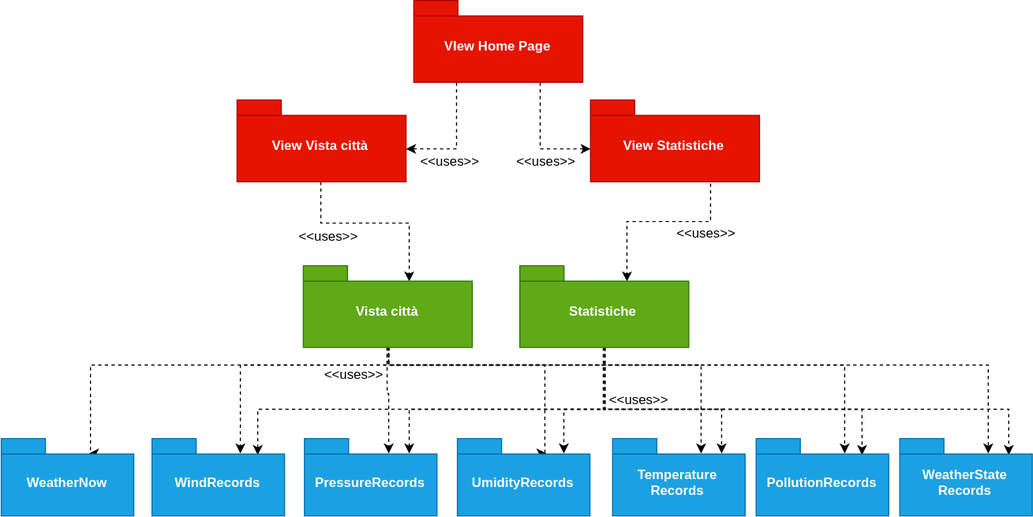
Before: resources/StrutturaPackage.svg, a diagram exported from draw.io (Leaaaf/weatherment.io). Source tidied: cells renumbered, new cells last; positions are measured from the earlier drawing's top-left corner, leaving out a move shared by most shapes.
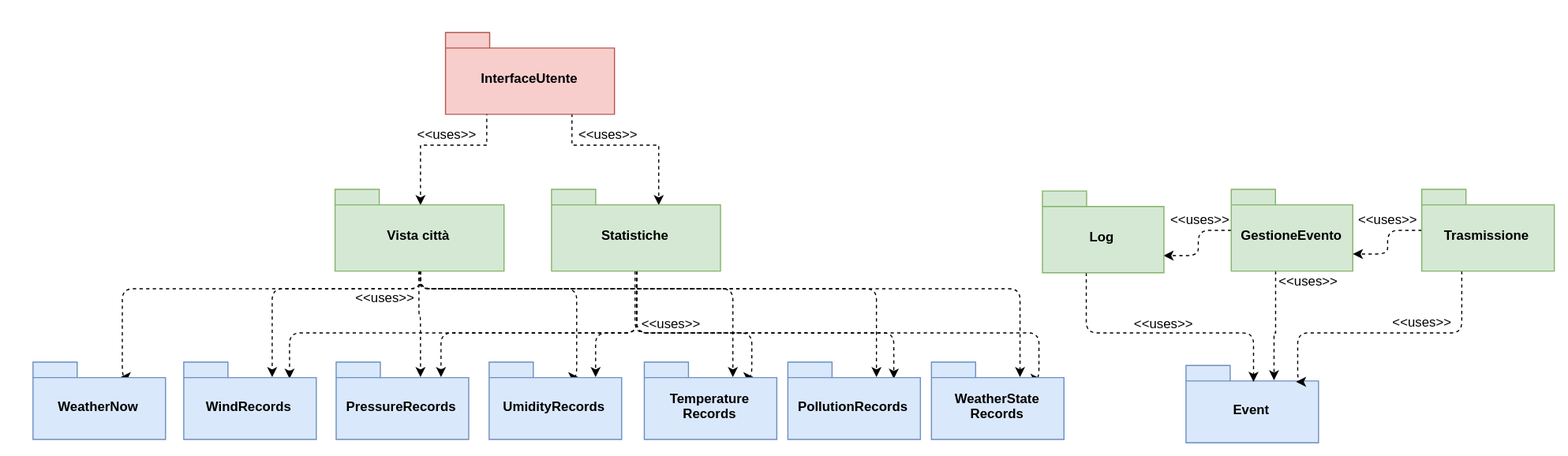
The same file after the commit.

Change to the diagram source:
```diff
@@ -2,33 +2,23 @@
   <root>
     <mxCell id="0" />
     <mxCell id="1" parent="0" />
-    <mxCell id="2" style="edgeStyle=orthogonalEdgeStyle;rounded=0;jettySize=auto;html=1;entryX=0;entryY=0;entryDx=153;entryDy=44;entryPerimeter=0;exitX=0.25;exitY=1;exitDx=0;exitDy=0;exitPerimeter=0;dashed=1;" parent="1" edge="1" source="4" target="6">
-      <mxGeometry relative="1" as="geometry" />
-    </mxCell>
-    <mxCell id="3" style="edgeStyle=orthogonalEdgeStyle;rounded=0;jettySize=auto;html=1;entryX=0;entryY=0;entryDx=0;entryDy=44;entryPerimeter=0;dashed=1;exitX=0.75;exitY=1;exitDx=0;exitDy=0;exitPerimeter=0;" parent="1" edge="1" source="4" target="8">
-      <mxGeometry relative="1" as="geometry" />
-    </mxCell>
-    <mxCell id="4" value="VIew Home Page&lt;br&gt;" style="shape=folder;fontStyle=1;spacingTop=10;tabWidth=40;tabHeight=14;tabPosition=left;html=1;strokeColor=#B20000;fillColor=#e51400;fontColor=#ffffff;" parent="1" vertex="1">
-      <mxGeometry x="374" width="153" height="74" as="geometry" />
-    </mxCell>
-    <mxCell id="5" style="edgeStyle=orthogonalEdgeStyle;rounded=0;jettySize=auto;html=1;entryX=0;entryY=0;entryDx=96.5;entryDy=14;entryPerimeter=0;dashed=1;" parent="1" edge="1" source="6" target="16">
-      <mxGeometry relative="1" as="geometry" />
+    <mxCell id="5" style="edgeStyle=orthogonalEdgeStyle;rounded=0;jettySize=auto;html=1;entryX=0.503;entryY=0.197;entryDx=0;entryDy=0;entryPerimeter=0;dashed=1;exitX=0.25;exitY=1;exitDx=0;exitDy=0;exitPerimeter=0;" parent="1" edge="1" source="42" target="16">
+      <mxGeometry relative="1" as="geometry">
+        <Array as="points">
+          <mxPoint x="412" y="200" />
+          <mxPoint x="351" y="200" />
+        </Array>
+      </mxGeometry>
     </mxCell>
-    <mxCell id="6" value="View Vista città&lt;br&gt;" style="shape=folder;fontStyle=1;spacingTop=10;tabWidth=40;tabHeight=14;tabPosition=left;html=1;strokeColor=#B20000;fillColor=#e51400;fontColor=#ffffff;" parent="1" vertex="1">
-      <mxGeometry x="214" y="90" width="153" height="74" as="geometry" />
-    </mxCell>
-    <mxCell id="7" style="edgeStyle=orthogonalEdgeStyle;rounded=0;jettySize=auto;html=1;entryX=0;entryY=0;entryDx=96.5;entryDy=14;entryPerimeter=0;dashed=1;exitX=0.715;exitY=1.03;exitDx=0;exitDy=0;exitPerimeter=0;" parent="1" edge="1" source="8" target="23">
+    <mxCell id="7" style="edgeStyle=orthogonalEdgeStyle;rounded=0;jettySize=auto;html=1;entryX=0;entryY=0;entryDx=96.5;entryDy=14;entryPerimeter=0;dashed=1;exitX=0.75;exitY=1;exitDx=0;exitDy=0;exitPerimeter=0;" parent="1" edge="1" source="42" target="23">
       <mxGeometry relative="1" as="geometry">
         <Array as="points">
-          <mxPoint x="643" y="200" />
+          <mxPoint x="489" y="200" />
           <mxPoint x="567" y="200" />
         </Array>
       </mxGeometry>
     </mxCell>
-    <mxCell id="8" value="View Statistiche&lt;br&gt;" style="shape=folder;fontStyle=1;spacingTop=10;tabWidth=40;tabHeight=14;tabPosition=left;html=1;strokeColor=#B20000;fillColor=#e51400;fontColor=#ffffff;" parent="1" vertex="1">
-      <mxGeometry x="534" y="90" width="153" height="74" as="geometry" />
-    </mxCell>
-    <mxCell id="9" style="edgeStyle=orthogonalEdgeStyle;rounded=0;jettySize=auto;html=1;entryX=0;entryY=0;entryDx=80;entryDy=14;entryPerimeter=0;dashed=1;" parent="1" edge="1" source="16" target="28">
+    <mxCell id="9" style="edgeStyle=orthogonalEdgeStyle;rounded=1;jettySize=auto;html=1;entryX=0;entryY=0;entryDx=80;entryDy=14;entryPerimeter=0;dashed=1;" parent="1" edge="1" source="16" target="28">
       <mxGeometry relative="1" as="geometry">
         <Array as="points">
           <mxPoint x="351" y="330" />
@@ -36,7 +26,7 @@
         </Array>
       </mxGeometry>
     </mxCell>
-    <mxCell id="10" style="edgeStyle=orthogonalEdgeStyle;rounded=0;jettySize=auto;html=1;entryX=0;entryY=0;entryDx=80;entryDy=14;entryPerimeter=0;dashed=1;" parent="1" edge="1" source="16" target="29">
+    <mxCell id="10" style="edgeStyle=orthogonalEdgeStyle;rounded=1;jettySize=auto;html=1;entryX=0;entryY=0;entryDx=80;entryDy=14;entryPerimeter=0;dashed=1;strokeColor=#000000;" parent="1" edge="1" source="16" target="29">
       <mxGeometry relative="1" as="geometry">
         <Array as="points">
           <mxPoint x="351" y="330" />
@@ -44,14 +34,14 @@
         </Array>
       </mxGeometry>
     </mxCell>
-    <mxCell id="11" style="edgeStyle=orthogonalEdgeStyle;rounded=0;jettySize=auto;html=1;entryX=0.631;entryY=0.199;entryDx=0;entryDy=0;entryPerimeter=0;dashed=1;" parent="1" edge="1" source="16" target="30">
+    <mxCell id="11" style="edgeStyle=orthogonalEdgeStyle;rounded=1;jettySize=auto;html=1;entryX=0.631;entryY=0.199;entryDx=0;entryDy=0;entryPerimeter=0;dashed=1;" parent="1" edge="1" source="16" target="30">
       <mxGeometry relative="1" as="geometry">
         <Array as="points">
           <mxPoint x="350" y="355" />
         </Array>
       </mxGeometry>
     </mxCell>
-    <mxCell id="12" style="edgeStyle=orthogonalEdgeStyle;rounded=0;jettySize=auto;html=1;entryX=0;entryY=0;entryDx=80;entryDy=14;entryPerimeter=0;dashed=1;" parent="1" edge="1" source="16" target="31">
+    <mxCell id="12" style="edgeStyle=orthogonalEdgeStyle;rounded=1;jettySize=auto;html=1;entryX=0;entryY=0;entryDx=80;entryDy=14;entryPerimeter=0;dashed=1;" parent="1" edge="1" source="16" target="31">
       <mxGeometry relative="1" as="geometry">
         <Array as="points">
           <mxPoint x="351" y="330" />
@@ -59,7 +49,7 @@
         </Array>
       </mxGeometry>
     </mxCell>
-    <mxCell id="13" style="edgeStyle=orthogonalEdgeStyle;rounded=0;jettySize=auto;html=1;entryX=0;entryY=0;entryDx=80;entryDy=14;entryPerimeter=0;dashed=1;" parent="1" edge="1" source="16" target="32">
+    <mxCell id="13" style="edgeStyle=orthogonalEdgeStyle;rounded=1;jettySize=auto;html=1;entryX=0;entryY=0;entryDx=80;entryDy=14;entryPerimeter=0;dashed=1;" parent="1" edge="1" source="16" target="32">
       <mxGeometry relative="1" as="geometry">
         <Array as="points">
           <mxPoint x="351" y="330" />
@@ -67,7 +57,7 @@
         </Array>
       </mxGeometry>
     </mxCell>
-    <mxCell id="14" style="edgeStyle=orthogonalEdgeStyle;rounded=0;jettySize=auto;html=1;entryX=0;entryY=0;entryDx=80;entryDy=14;entryPerimeter=0;dashed=1;exitX=0.5;exitY=1;exitDx=0;exitDy=0;exitPerimeter=0;" parent="1" edge="1" source="16" target="33">
+    <mxCell id="14" style="edgeStyle=orthogonalEdgeStyle;rounded=1;jettySize=auto;html=1;entryX=0;entryY=0;entryDx=80;entryDy=14;entryPerimeter=0;dashed=1;exitX=0.5;exitY=1;exitDx=0;exitDy=0;exitPerimeter=0;" parent="1" edge="1" source="16" target="33">
       <mxGeometry relative="1" as="geometry">
         <Array as="points">
           <mxPoint x="351" y="330" />
@@ -75,7 +65,7 @@
         </Array>
       </mxGeometry>
     </mxCell>
-    <mxCell id="15" style="edgeStyle=orthogonalEdgeStyle;rounded=0;jettySize=auto;html=1;entryX=0;entryY=0;entryDx=80;entryDy=14;entryPerimeter=0;dashed=1;" parent="1" edge="1" source="16" target="34">
+    <mxCell id="15" style="edgeStyle=orthogonalEdgeStyle;rounded=1;jettySize=auto;html=1;entryX=0;entryY=0;entryDx=80;entryDy=14;entryPerimeter=0;dashed=1;strokeColor=#000000;" parent="1" edge="1" source="16" target="34">
       <mxGeometry relative="1" as="geometry">
         <Array as="points">
           <mxPoint x="350" y="330" />
@@ -83,10 +73,10 @@
         </Array>
       </mxGeometry>
     </mxCell>
-    <mxCell id="16" value="Vista città&lt;br&gt;" style="shape=folder;fontStyle=1;spacingTop=10;tabWidth=40;tabHeight=14;tabPosition=left;html=1;strokeColor=#2D7600;fillColor=#60a917;fontColor=#ffffff;" parent="1" vertex="1">
+    <mxCell id="16" value="Vista città&lt;br&gt;" style="shape=folder;fontStyle=1;spacingTop=10;tabWidth=40;tabHeight=14;tabPosition=left;html=1;strokeColor=#82b366;fillColor=#d5e8d4;" parent="1" vertex="1">
       <mxGeometry x="274" y="240" width="153" height="74" as="geometry" />
     </mxCell>
-    <mxCell id="17" style="edgeStyle=orthogonalEdgeStyle;rounded=0;jettySize=auto;html=1;entryX=0.797;entryY=0.205;entryDx=0;entryDy=0;entryPerimeter=0;dashed=1;" parent="1" edge="1" target="29">
+    <mxCell id="17" style="edgeStyle=orthogonalEdgeStyle;rounded=1;jettySize=auto;html=1;entryX=0.797;entryY=0.205;entryDx=0;entryDy=0;entryPerimeter=0;dashed=1;" parent="1" edge="1" target="29">
       <mxGeometry relative="1" as="geometry">
         <mxPoint x="547" y="314" as="sourcePoint" />
         <Array as="points">
@@ -95,7 +85,7 @@
         </Array>
       </mxGeometry>
     </mxCell>
-    <mxCell id="18" style="edgeStyle=orthogonalEdgeStyle;rounded=0;jettySize=auto;html=1;entryX=0.793;entryY=0.183;entryDx=0;entryDy=0;entryPerimeter=0;dashed=1;" parent="1" edge="1" source="23" target="30">
+    <mxCell id="18" style="edgeStyle=orthogonalEdgeStyle;rounded=1;jettySize=auto;html=1;entryX=0.793;entryY=0.183;entryDx=0;entryDy=0;entryPerimeter=0;dashed=1;" parent="1" edge="1" source="23" target="30">
       <mxGeometry relative="1" as="geometry">
         <Array as="points">
           <mxPoint x="547" y="370" />
@@ -103,7 +93,7 @@
         </Array>
       </mxGeometry>
     </mxCell>
-    <mxCell id="19" style="edgeStyle=orthogonalEdgeStyle;rounded=0;jettySize=auto;html=1;entryX=0.804;entryY=0.199;entryDx=0;entryDy=0;entryPerimeter=0;dashed=1;" parent="1" edge="1" source="23" target="31">
+    <mxCell id="19" style="edgeStyle=orthogonalEdgeStyle;rounded=1;jettySize=auto;html=1;entryX=0.804;entryY=0.199;entryDx=0;entryDy=0;entryPerimeter=0;dashed=1;" parent="1" edge="1" source="23" target="31">
       <mxGeometry relative="1" as="geometry">
         <Array as="points">
           <mxPoint x="547" y="370" />
@@ -111,7 +101,7 @@
         </Array>
       </mxGeometry>
     </mxCell>
-    <mxCell id="20" style="edgeStyle=orthogonalEdgeStyle;rounded=0;jettySize=auto;html=1;entryX=0.818;entryY=0.201;entryDx=0;entryDy=0;entryPerimeter=0;dashed=1;" parent="1" edge="1" source="23" target="32">
+    <mxCell id="20" style="edgeStyle=orthogonalEdgeStyle;rounded=1;jettySize=auto;html=1;entryX=0.818;entryY=0.201;entryDx=0;entryDy=0;entryPerimeter=0;dashed=1;" parent="1" edge="1" source="23" target="32">
       <mxGeometry relative="1" as="geometry">
         <Array as="points">
           <mxPoint x="546" y="370" />
@@ -119,7 +109,7 @@
         </Array>
       </mxGeometry>
     </mxCell>
-    <mxCell id="21" style="edgeStyle=orthogonalEdgeStyle;rounded=0;jettySize=auto;html=1;entryX=0.801;entryY=0.207;entryDx=0;entryDy=0;entryPerimeter=0;dashed=1;" parent="1" edge="1" source="23" target="33">
+    <mxCell id="21" style="edgeStyle=orthogonalEdgeStyle;rounded=1;jettySize=auto;html=1;entryX=0.801;entryY=0.207;entryDx=0;entryDy=0;entryPerimeter=0;dashed=1;" parent="1" edge="1" source="23" target="33">
       <mxGeometry relative="1" as="geometry">
         <Array as="points">
           <mxPoint x="547" y="370" />
@@ -127,7 +117,7 @@
         </Array>
       </mxGeometry>
     </mxCell>
-    <mxCell id="22" style="edgeStyle=orthogonalEdgeStyle;rounded=0;jettySize=auto;html=1;entryX=0.818;entryY=0.209;entryDx=0;entryDy=0;entryPerimeter=0;dashed=1;" parent="1" edge="1" source="23" target="34">
+    <mxCell id="22" style="edgeStyle=orthogonalEdgeStyle;rounded=1;jettySize=auto;html=1;entryX=0.818;entryY=0.209;entryDx=0;entryDy=0;entryPerimeter=0;dashed=1;" parent="1" edge="1" source="23" target="34">
       <mxGeometry relative="1" as="geometry">
         <Array as="points">
           <mxPoint x="547" y="370" />
@@ -135,40 +125,34 @@
         </Array>
       </mxGeometry>
     </mxCell>
-    <mxCell id="23" value="Statistiche&lt;br&gt;" style="shape=folder;fontStyle=1;spacingTop=10;tabWidth=40;tabHeight=14;tabPosition=left;html=1;strokeColor=#2D7600;fillColor=#60a917;fontColor=#ffffff;" parent="1" vertex="1">
+    <mxCell id="23" value="Statistiche&lt;br&gt;" style="shape=folder;fontStyle=1;spacingTop=10;tabWidth=40;tabHeight=14;tabPosition=left;html=1;strokeColor=#82b366;fillColor=#d5e8d4;" parent="1" vertex="1">
       <mxGeometry x="470" y="240" width="153" height="74" as="geometry" />
     </mxCell>
-    <mxCell id="24" value="&amp;lt;&amp;lt;uses&amp;gt;&amp;gt;" style="text;html=1;strokeColor=none;fillColor=none;align=center;verticalAlign=middle;whiteSpace=wrap;rounded=0;" parent="1" vertex="1">
-      <mxGeometry x="387" y="135" width="40" height="20" as="geometry" />
-    </mxCell>
-    <mxCell id="25" value="&amp;lt;&amp;lt;uses&amp;gt;&amp;gt;" style="text;html=1;strokeColor=none;fillColor=none;align=center;verticalAlign=middle;whiteSpace=wrap;rounded=0;" parent="1" vertex="1">
-      <mxGeometry x="474" y="135" width="40" height="20" as="geometry" />
-    </mxCell>
     <mxCell id="26" value="&amp;lt;&amp;lt;uses&amp;gt;&amp;gt;" style="text;html=1;strokeColor=none;fillColor=none;align=center;verticalAlign=middle;whiteSpace=wrap;rounded=0;" parent="1" vertex="1">
-      <mxGeometry x="619" y="199.5" width="40" height="20" as="geometry" />
+      <mxGeometry x="501" y="179.5" width="40" height="20" as="geometry" />
     </mxCell>
     <mxCell id="27" value="&amp;lt;&amp;lt;uses&amp;gt;&amp;gt;" style="text;html=1;strokeColor=none;fillColor=none;align=center;verticalAlign=middle;whiteSpace=wrap;rounded=0;" parent="1" vertex="1">
-      <mxGeometry x="276.5" y="202.5" width="40" height="20" as="geometry" />
+      <mxGeometry x="355" y="179.5" width="40" height="20" as="geometry" />
     </mxCell>
-    <mxCell id="28" value="WeatherNow" style="shape=folder;fontStyle=1;spacingTop=10;tabWidth=40;tabHeight=14;tabPosition=left;html=1;strokeColor=#006EAF;fillColor=#1ba1e2;fontColor=#ffffff;" parent="1" vertex="1">
+    <mxCell id="28" value="WeatherNow" style="shape=folder;fontStyle=1;spacingTop=10;tabWidth=40;tabHeight=14;tabPosition=left;html=1;strokeColor=#6c8ebf;fillColor=#dae8fc;" parent="1" vertex="1">
       <mxGeometry x="0.5" y="396.5" width="120" height="70" as="geometry" />
     </mxCell>
-    <mxCell id="29" value="WindRecords" style="shape=folder;fontStyle=1;spacingTop=10;tabWidth=40;tabHeight=14;tabPosition=left;html=1;strokeColor=#006EAF;fillColor=#1ba1e2;fontColor=#ffffff;" parent="1" vertex="1">
+    <mxCell id="29" value="WindRecords" style="shape=folder;fontStyle=1;spacingTop=10;tabWidth=40;tabHeight=14;tabPosition=left;html=1;strokeColor=#6c8ebf;fillColor=#dae8fc;" parent="1" vertex="1">
       <mxGeometry x="137" y="396.5" width="120" height="70" as="geometry" />
     </mxCell>
-    <mxCell id="30" value="PressureRecords" style="shape=folder;fontStyle=1;spacingTop=10;tabWidth=40;tabHeight=14;tabPosition=left;html=1;strokeColor=#006EAF;fillColor=#1ba1e2;fontColor=#ffffff;" parent="1" vertex="1">
+    <mxCell id="30" value="PressureRecords" style="shape=folder;fontStyle=1;spacingTop=10;tabWidth=40;tabHeight=14;tabPosition=left;html=1;strokeColor=#6c8ebf;fillColor=#dae8fc;" parent="1" vertex="1">
       <mxGeometry x="275" y="396.5" width="120" height="70" as="geometry" />
     </mxCell>
-    <mxCell id="31" value="UmidityRecords" style="shape=folder;fontStyle=1;spacingTop=10;tabWidth=40;tabHeight=14;tabPosition=left;html=1;strokeColor=#006EAF;fillColor=#1ba1e2;fontColor=#ffffff;" parent="1" vertex="1">
+    <mxCell id="31" value="UmidityRecords" style="shape=folder;fontStyle=1;spacingTop=10;tabWidth=40;tabHeight=14;tabPosition=left;html=1;strokeColor=#6c8ebf;fillColor=#dae8fc;" parent="1" vertex="1">
       <mxGeometry x="413.5" y="396.5" width="120" height="70" as="geometry" />
     </mxCell>
-    <mxCell id="32" value="Temperature&lt;br&gt;Records" style="shape=folder;fontStyle=1;spacingTop=10;tabWidth=40;tabHeight=14;tabPosition=left;html=1;strokeColor=#006EAF;fillColor=#1ba1e2;fontColor=#ffffff;" parent="1" vertex="1">
+    <mxCell id="32" value="Temperature&lt;br&gt;Records" style="shape=folder;fontStyle=1;spacingTop=10;tabWidth=40;tabHeight=14;tabPosition=left;html=1;strokeColor=#6c8ebf;fillColor=#dae8fc;" parent="1" vertex="1">
       <mxGeometry x="554" y="396.5" width="120" height="70" as="geometry" />
     </mxCell>
-    <mxCell id="33" value="PollutionRecords" style="shape=folder;fontStyle=1;spacingTop=10;tabWidth=40;tabHeight=14;tabPosition=left;html=1;strokeColor=#006EAF;fillColor=#1ba1e2;fontColor=#ffffff;" parent="1" vertex="1">
+    <mxCell id="33" value="PollutionRecords" style="shape=folder;fontStyle=1;spacingTop=10;tabWidth=40;tabHeight=14;tabPosition=left;html=1;strokeColor=#6c8ebf;fillColor=#dae8fc;" parent="1" vertex="1">
       <mxGeometry x="684" y="396.5" width="120" height="70" as="geometry" />
     </mxCell>
-    <mxCell id="34" value="WeatherState&lt;br&gt;Records&lt;br&gt;" style="shape=folder;fontStyle=1;spacingTop=10;tabWidth=40;tabHeight=14;tabPosition=left;html=1;strokeColor=#006EAF;fillColor=#1ba1e2;fontColor=#ffffff;" parent="1" vertex="1">
+    <mxCell id="34" value="WeatherState&lt;br&gt;Records&lt;br&gt;" style="shape=folder;fontStyle=1;spacingTop=10;tabWidth=40;tabHeight=14;tabPosition=left;html=1;strokeColor=#6c8ebf;fillColor=#dae8fc;" parent="1" vertex="1">
       <mxGeometry x="814" y="396.5" width="120" height="70" as="geometry" />
     </mxCell>
     <mxCell id="35" value="&amp;lt;&amp;lt;uses&amp;gt;&amp;gt;" style="text;html=1;strokeColor=none;fillColor=none;align=center;verticalAlign=middle;whiteSpace=wrap;rounded=0;" parent="1" vertex="1">
@@ -177,5 +161,64 @@
     <mxCell id="36" value="&amp;lt;&amp;lt;uses&amp;gt;&amp;gt;" style="text;html=1;strokeColor=none;fillColor=none;align=center;verticalAlign=middle;whiteSpace=wrap;rounded=0;" parent="1" vertex="1">
       <mxGeometry x="558" y="351" width="40" height="20" as="geometry" />
     </mxCell>
+    <mxCell id="37" style="edgeStyle=orthogonalEdgeStyle;rounded=0;jettySize=auto;html=1;entryX=0;entryY=0;entryDx=80;entryDy=14;entryPerimeter=0;dashed=1;" parent="1" edge="1" source="39" target="40">
+      <mxGeometry relative="1" as="geometry">
+        <Array as="points">
+          <mxPoint x="1125" y="370" />
+        </Array>
+      </mxGeometry>
+    </mxCell>
+    <mxCell id="38" style="edgeStyle=orthogonalEdgeStyle;rounded=1;jettySize=auto;html=1;entryX=0;entryY=0;entryDx=110;entryDy=59;entryPerimeter=0;dashed=1;strokeColor=#000000;" parent="1" edge="1" source="39" target="48">
+      <mxGeometry relative="1" as="geometry" />
+    </mxCell>
+    <mxCell id="39" value="GestioneEvento&lt;br&gt;" style="shape=folder;fontStyle=1;spacingTop=10;tabWidth=40;tabHeight=14;tabPosition=left;html=1;strokeColor=#82b366;fillColor=#d5e8d4;" parent="1" vertex="1">
+      <mxGeometry x="1085.5" y="240" width="110" height="74" as="geometry" />
+    </mxCell>
+    <mxCell id="40" value="Event&lt;br&gt;" style="shape=folder;fontStyle=1;spacingTop=10;tabWidth=40;tabHeight=14;tabPosition=left;html=1;strokeColor=#6c8ebf;fillColor=#dae8fc;" parent="1" vertex="1">
+      <mxGeometry x="1044.5" y="399.5" width="120" height="70" as="geometry" />
+    </mxCell>
+    <mxCell id="41" value="&amp;lt;&amp;lt;uses&amp;gt;&amp;gt;" style="text;html=1;strokeColor=none;fillColor=none;align=center;verticalAlign=middle;whiteSpace=wrap;rounded=0;" parent="1" vertex="1">
+      <mxGeometry x="1135" y="313" width="40" height="20" as="geometry" />
+    </mxCell>
+    <mxCell id="42" value="InterfaceUtente&lt;br&gt;" style="shape=folder;fontStyle=1;spacingTop=10;tabWidth=40;tabHeight=14;tabPosition=left;html=1;strokeColor=#b85450;fillColor=#f8cecc;" parent="1" vertex="1">
+      <mxGeometry x="374" y="98" width="153" height="74" as="geometry" />
+    </mxCell>
+    <mxCell id="43" style="edgeStyle=orthogonalEdgeStyle;rounded=1;jettySize=auto;html=1;entryX=0.835;entryY=0.203;entryDx=0;entryDy=0;entryPerimeter=0;dashed=1;" parent="1" edge="1" source="45" target="40">
+      <mxGeometry relative="1" as="geometry">
+        <Array as="points">
+          <mxPoint x="1294" y="370" />
+          <mxPoint x="1145" y="370" />
+        </Array>
+      </mxGeometry>
+    </mxCell>
+    <mxCell id="44" style="edgeStyle=orthogonalEdgeStyle;rounded=1;jettySize=auto;html=1;entryX=0;entryY=0;entryDx=110;entryDy=59;entryPerimeter=0;dashed=1;strokeColor=#000000;" parent="1" edge="1" source="45" target="39">
+      <mxGeometry relative="1" as="geometry" />
+    </mxCell>
+    <mxCell id="45" value="Trasmissione&lt;br&gt;" style="shape=folder;fontStyle=1;spacingTop=10;tabWidth=40;tabHeight=14;tabPosition=left;html=1;strokeColor=#82b366;fillColor=#d5e8d4;" parent="1" vertex="1">
+      <mxGeometry x="1258" y="240" width="120" height="74" as="geometry" />
+    </mxCell>
+    <mxCell id="46" value="&amp;lt;&amp;lt;uses&amp;gt;&amp;gt;" style="text;html=1;strokeColor=none;fillColor=none;align=center;verticalAlign=middle;whiteSpace=wrap;rounded=0;" parent="1" vertex="1">
+      <mxGeometry x="1238" y="350" width="40" height="20" as="geometry" />
+    </mxCell>
+    <mxCell id="47" style="edgeStyle=orthogonalEdgeStyle;rounded=1;jettySize=auto;html=1;entryX=0.504;entryY=0.207;entryDx=0;entryDy=0;entryPerimeter=0;dashed=1;" parent="1" edge="1" source="48" target="40">
+      <mxGeometry relative="1" as="geometry">
+        <Array as="points">
+          <mxPoint x="954" y="370" />
+          <mxPoint x="1105" y="370" />
+        </Array>
+      </mxGeometry>
+    </mxCell>
+    <mxCell id="48" value="Log&lt;br&gt;" style="shape=folder;fontStyle=1;spacingTop=10;tabWidth=40;tabHeight=14;tabPosition=left;html=1;strokeColor=#82b366;fillColor=#d5e8d4;" parent="1" vertex="1">
+      <mxGeometry x="914.5" y="241.5" width="110" height="74" as="geometry" />
+    </mxCell>
+    <mxCell id="49" value="&amp;lt;&amp;lt;uses&amp;gt;&amp;gt;" style="text;html=1;strokeColor=none;fillColor=none;align=center;verticalAlign=middle;whiteSpace=wrap;rounded=0;" parent="1" vertex="1">
+      <mxGeometry x="1004.5" y="351" width="40" height="20" as="geometry" />
+    </mxCell>
+    <mxCell id="50" value="&amp;lt;&amp;lt;uses&amp;gt;&amp;gt;" style="text;html=1;strokeColor=none;fillColor=none;align=center;verticalAlign=middle;whiteSpace=wrap;rounded=0;" parent="1" vertex="1">
+      <mxGeometry x="1044.5" y="260" width="25" height="13" as="geometry" />
+    </mxCell>
+    <mxCell id="51" value="&amp;lt;&amp;lt;uses&amp;gt;&amp;gt;" style="text;html=1;strokeColor=none;fillColor=none;align=center;verticalAlign=middle;whiteSpace=wrap;rounded=0;" parent="1" vertex="1">
+      <mxGeometry x="1214.5" y="260" width="25" height="13" as="geometry" />
+    </mxCell>
   </root>
 </mxGraphModel>
```
